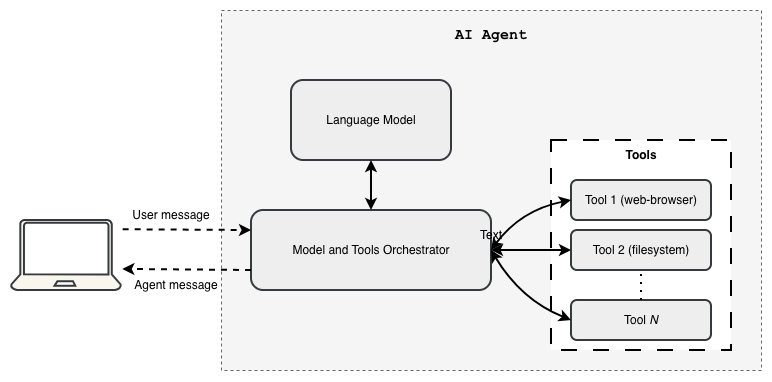
Before: assets/images/ai_agent_101_1.png, a diagram exported from draw.io (makdinet/ai-agent-concepts). Source tidied: cells renumbered, new cells last; positions are measured from the earlier drawing's top-left corner, leaving out a move shared by most shapes. Its diagram source:
```xml
<mxGraphModel>
  <root>
    <mxCell id="0" />
    <mxCell id="1" parent="0" />
    <mxCell id="2" style="rounded=0;whiteSpace=wrap;html=1;dashed=1;fillColor=#f5f5f5;fontColor=#333333;strokeColor=#666666;" parent="1" vertex="1">
      <mxGeometry x="210" width="540" height="360" as="geometry" />
    </mxCell>
    <mxCell id="3" style="rounded=0;whiteSpace=wrap;html=1;dashed=1;strokeWidth=2;dashPattern=8 8;" parent="1" vertex="1">
      <mxGeometry x="540" y="130" width="180" height="210" as="geometry" />
    </mxCell>
    <mxCell id="4" value="Model and Tools Orchestrator" style="rounded=1;whiteSpace=wrap;html=1;fillColor=#eeeeee;strokeColor=#36393d;strokeWidth=2;" parent="1" vertex="1">
      <mxGeometry x="240" y="200" width="240" height="80" as="geometry" />
    </mxCell>
    <mxCell id="5" value="&lt;font face=&quot;Helvetica&quot;&gt;Tool 1 (web-browser)&lt;/font&gt;" style="rounded=1;whiteSpace=wrap;html=1;fillColor=#eeeeee;strokeColor=#36393d;strokeWidth=2;" parent="1" vertex="1">
      <mxGeometry x="560" y="170" width="140" height="40" as="geometry" />
    </mxCell>
    <mxCell id="6" value="Tool 2 (filesystem)" style="rounded=1;whiteSpace=wrap;html=1;fillColor=#eeeeee;strokeColor=#36393d;strokeWidth=2;" parent="1" vertex="1">
      <mxGeometry x="560" y="220" width="140" height="40" as="geometry" />
    </mxCell>
    <mxCell id="7" value="Tool &lt;i&gt;N&lt;/i&gt;" style="rounded=1;whiteSpace=wrap;html=1;fillColor=#eeeeee;strokeColor=#36393d;strokeWidth=2;" parent="1" vertex="1">
      <mxGeometry x="560" y="290" width="140" height="40" as="geometry" />
    </mxCell>
    <mxCell id="8" style="endArrow=none;dashed=1;html=1;dashPattern=1 3;strokeWidth=2;rounded=0;entryX=0.5;entryY=1;entryDx=0;entryDy=0;exitX=0.5;exitY=0;exitDx=0;exitDy=0;" parent="1" edge="1" source="7" target="6">
      <mxGeometry relative="1" as="geometry" />
    </mxCell>
    <mxCell id="9" value="&lt;b&gt;Tools&lt;/b&gt;" style="text;html=1;whiteSpace=wrap;strokeColor=none;fillColor=none;align=center;verticalAlign=middle;rounded=0;strokeWidth=2;" parent="1" vertex="1">
      <mxGeometry x="590" y="130" width="80" height="30" as="geometry" />
    </mxCell>
    <mxCell id="10" value="Language Model" style="rounded=1;whiteSpace=wrap;html=1;fillColor=#eeeeee;strokeColor=#36393d;strokeWidth=2;" parent="1" vertex="1">
      <mxGeometry x="280" y="70" width="160" height="80" as="geometry" />
    </mxCell>
    <mxCell id="11" style="endArrow=classic;startArrow=classic;html=1;rounded=0;entryX=0.5;entryY=1;entryDx=0;entryDy=0;exitX=0.5;exitY=0;exitDx=0;exitDy=0;strokeWidth=2;" parent="1" edge="1" source="4" target="10">
      <mxGeometry relative="1" as="geometry" />
    </mxCell>
    <mxCell id="12" style="endArrow=classic;startArrow=classic;html=1;rounded=0;entryX=0;entryY=0.5;entryDx=0;entryDy=0;exitX=1;exitY=0.5;exitDx=0;exitDy=0;strokeWidth=2;" parent="1" edge="1" source="4" target="6">
      <mxGeometry relative="1" as="geometry" />
    </mxCell>
    <mxCell id="13" style="endArrow=classic;startArrow=classic;html=1;rounded=0;exitX=1;exitY=0.5;exitDx=0;exitDy=0;entryX=0;entryY=0.5;entryDx=0;entryDy=0;curved=1;strokeWidth=2;" parent="1" edge="1" source="4" target="5">
      <mxGeometry relative="1" as="geometry">
        <Array as="points">
          <mxPoint x="510" y="200" />
        </Array>
      </mxGeometry>
    </mxCell>
    <mxCell id="14" style="endArrow=classic;startArrow=classic;html=1;rounded=0;entryX=0;entryY=0.5;entryDx=0;entryDy=0;exitX=1;exitY=0.5;exitDx=0;exitDy=0;curved=1;strokeWidth=2;" parent="1" edge="1" source="4" target="7">
      <mxGeometry relative="1" as="geometry">
        <Array as="points">
          <mxPoint x="510" y="290" />
        </Array>
      </mxGeometry>
    </mxCell>
    <mxCell id="15" style="endArrow=classic;html=1;rounded=0;entryX=0;entryY=0.25;entryDx=0;entryDy=0;dashed=1;strokeWidth=2;exitX=1.015;exitY=0.132;exitDx=0;exitDy=0;exitPerimeter=0;" parent="1" edge="1" source="19" target="4">
      <mxGeometry relative="1" as="geometry" />
    </mxCell>
    <mxCell id="16" style="endArrow=classic;html=1;rounded=0;exitX=0;exitY=0.75;exitDx=0;exitDy=0;dashed=1;strokeWidth=2;entryX=1.012;entryY=0.699;entryDx=0;entryDy=0;entryPerimeter=0;" parent="1" edge="1" source="4" target="19">
      <mxGeometry relative="1" as="geometry" />
    </mxCell>
    <mxCell id="17" value="User message" style="text;html=1;whiteSpace=wrap;strokeColor=none;fillColor=none;align=center;verticalAlign=middle;rounded=0;strokeWidth=2;" parent="1" vertex="1">
      <mxGeometry x="120" y="190" width="80" height="30" as="geometry" />
    </mxCell>
    <mxCell id="18" value="Agent message" style="text;html=1;whiteSpace=wrap;strokeColor=none;fillColor=none;align=center;verticalAlign=middle;rounded=0;strokeWidth=2;" parent="1" vertex="1">
      <mxGeometry x="120" y="260" width="90" height="30" as="geometry" />
    </mxCell>
    <mxCell id="19" style="verticalLabelPosition=bottom;html=1;verticalAlign=top;align=center;strokeColor=#36393d;fillColor=#f9f7ed;shape=mxgraph.azure.laptop;strokeWidth=2;" parent="1" vertex="1">
      <mxGeometry y="210" width="110" height="70" as="geometry" />
    </mxCell>
    <mxCell id="20" value="Text" style="text;html=1;whiteSpace=wrap;strokeColor=none;fillColor=none;align=center;verticalAlign=middle;rounded=0;" parent="1" vertex="1">
      <mxGeometry x="450" y="210" width="60" height="30" as="geometry" />
    </mxCell>
    <mxCell id="21" value="&lt;font face=&quot;Courier New&quot; style=&quot;font-size: 15px;&quot;&gt;&lt;b&gt;AI Agent&lt;/b&gt;&lt;/font&gt;" style="text;html=1;whiteSpace=wrap;strokeColor=none;fillColor=none;align=center;verticalAlign=middle;rounded=0;" parent="1" vertex="1">
      <mxGeometry x="430" y="10" width="100" height="30" as="geometry" />
    </mxCell>
  </root>
</mxGraphModel>
```
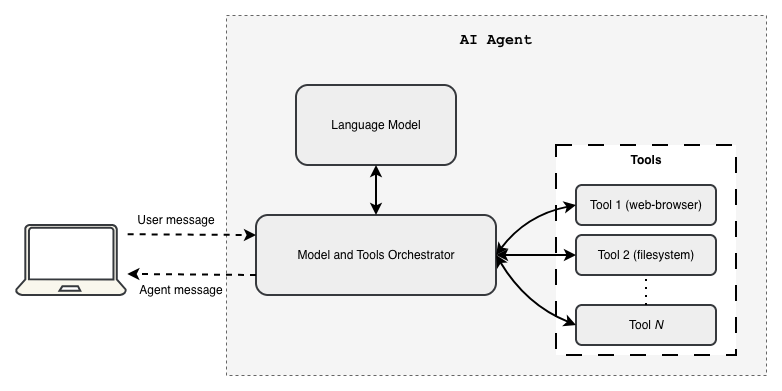
After the change.

Commit message:
Deployed 7391d42 with MkDocs version: 1.6.1

Change to the diagram source:
```diff
@@ -64,9 +64,6 @@
     <mxCell id="19" style="verticalLabelPosition=bottom;html=1;verticalAlign=top;align=center;strokeColor=#36393d;fillColor=#f9f7ed;shape=mxgraph.azure.laptop;strokeWidth=2;" parent="1" vertex="1">
       <mxGeometry y="210" width="110" height="70" as="geometry" />
     </mxCell>
-    <mxCell id="20" value="Text" style="text;html=1;whiteSpace=wrap;strokeColor=none;fillColor=none;align=center;verticalAlign=middle;rounded=0;" parent="1" vertex="1">
-      <mxGeometry x="450" y="210" width="60" height="30" as="geometry" />
-    </mxCell>
     <mxCell id="21" value="&lt;font face=&quot;Courier New&quot; style=&quot;font-size: 15px;&quot;&gt;&lt;b&gt;AI Agent&lt;/b&gt;&lt;/font&gt;" style="text;html=1;whiteSpace=wrap;strokeColor=none;fillColor=none;align=center;verticalAlign=middle;rounded=0;" parent="1" vertex="1">
       <mxGeometry x="430" y="10" width="100" height="30" as="geometry" />
     </mxCell>
```
